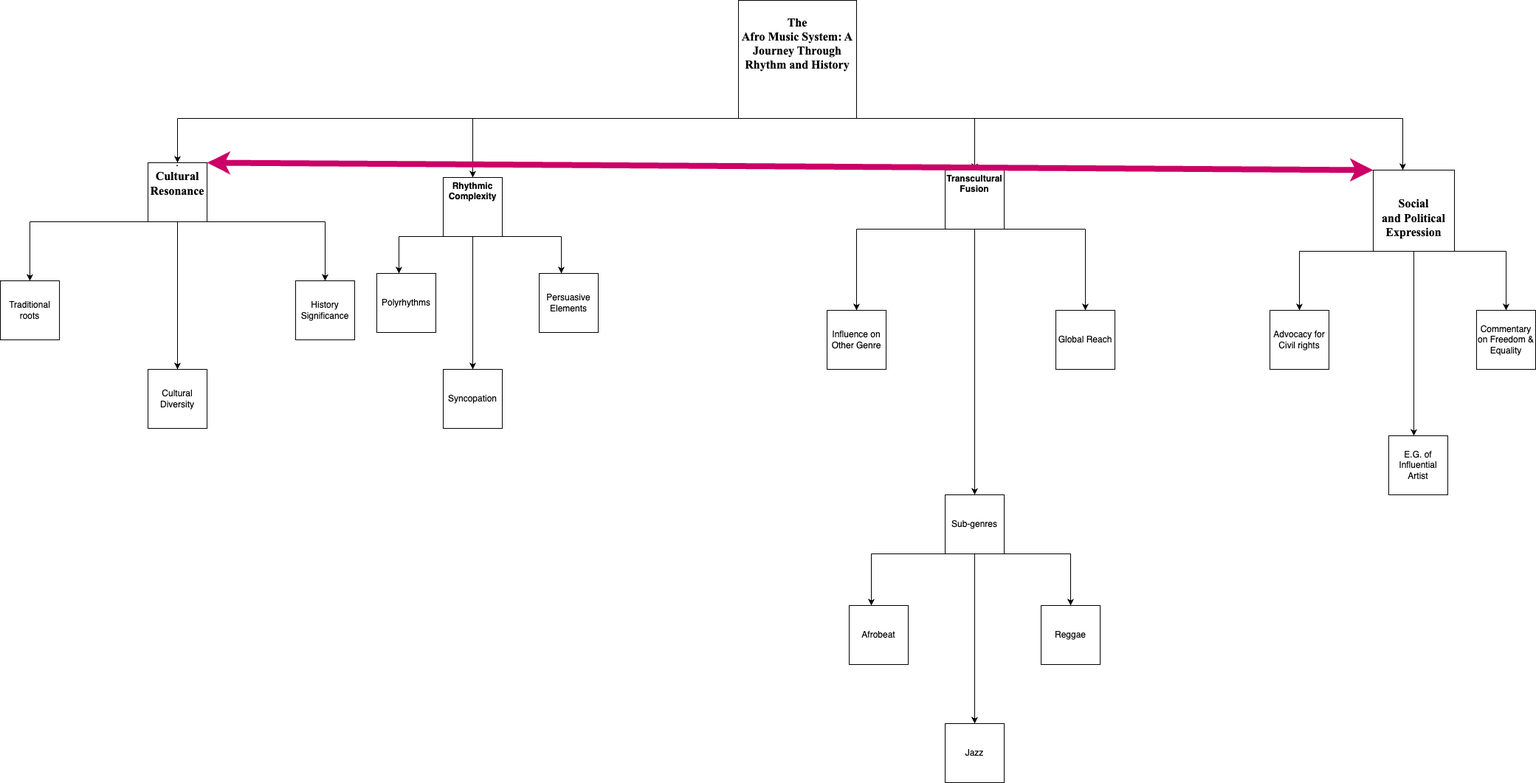
The draw.io diagram AFM.drawio.png in Kai39d/Hello-World, before a commit. Source tidied: cells renumbered, new cells last; positions are measured from the earlier drawing's top-left corner, leaving out a move shared by most shapes.
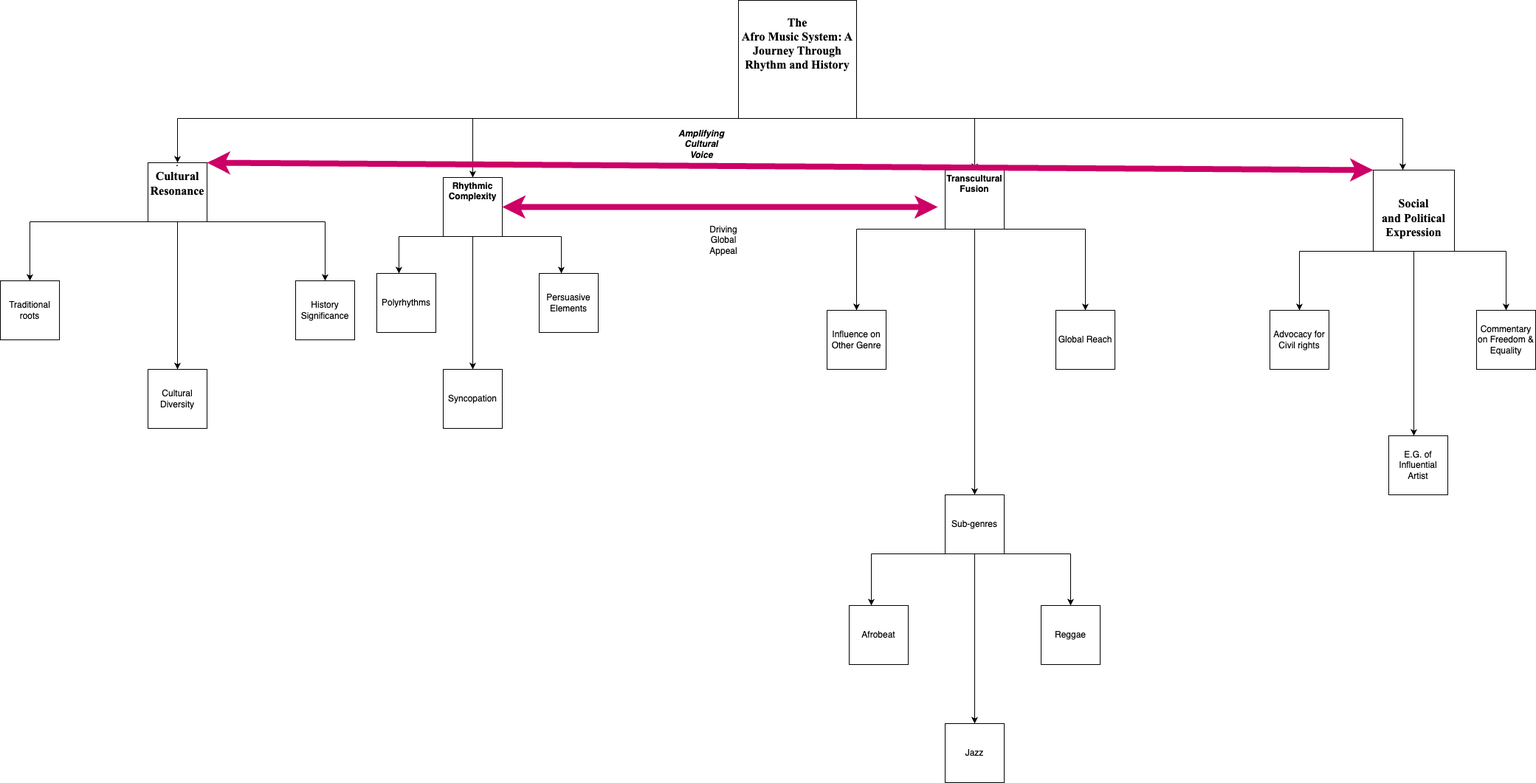
The same file after the commit.

Change to the diagram source:
```diff
@@ -34,6 +34,15 @@
     <mxCell id="9" value="&#10;&#10;&#10;&lt;p class=&quot;MsoNormal&quot;&gt;&lt;b&gt;Transcultural Fusion&lt;/b&gt;&lt;/p&gt;&#10;&#10;&#10;&#10;&#10;&#10;" style="whiteSpace=wrap;html=1;" parent="2" vertex="1">
       <mxGeometry x="640" y="230" width="80" height="80" as="geometry" />
     </mxCell>
+    <mxCell id="55" value="&lt;b&gt;&lt;i&gt;Amplifying Cultural Voice&lt;/i&gt;&lt;/b&gt;" style="text;html=1;strokeColor=none;fillColor=none;align=center;verticalAlign=middle;whiteSpace=wrap;rounded=0;" parent="2" vertex="1">
+      <mxGeometry x="280" y="180" width="60" height="30" as="geometry" />
+    </mxCell>
+    <mxCell id="56" style="endArrow=classic;startArrow=classic;html=1;rounded=0;strokeWidth=8;strokeColor=#CC0066;" parent="2" edge="1">
+      <mxGeometry relative="1" as="geometry">
+        <mxPoint x="40" y="280" as="sourcePoint" />
+        <mxPoint x="630" y="280" as="targetPoint" />
+      </mxGeometry>
+    </mxCell>
     <mxCell id="10" style="endArrow=none;html=1;rounded=0;entryX=1;entryY=1;entryDx=0;entryDy=0;" parent="1" edge="1" target="24">
       <mxGeometry relative="1" as="geometry">
         <mxPoint x="440" y="300" as="sourcePoint" />
@@ -238,5 +247,8 @@
     <mxCell id="54" style="endArrow=classic;startArrow=classic;html=1;rounded=0;exitX=1;exitY=0;exitDx=0;exitDy=0;entryX=0;entryY=0;entryDx=0;entryDy=0;strokeWidth=8;strokeColor=#CC0066;" parent="1" edge="1" source="24" target="30">
       <mxGeometry relative="1" as="geometry" />
     </mxCell>
+    <mxCell id="57" value="Driving Global Appeal" style="text;html=1;strokeColor=none;fillColor=none;align=center;verticalAlign=middle;whiteSpace=wrap;rounded=0;" parent="1" vertex="1">
+      <mxGeometry x="950" y="310" width="60" height="30" as="geometry" />
+    </mxCell>
   </root>
 </mxGraphModel>
```
